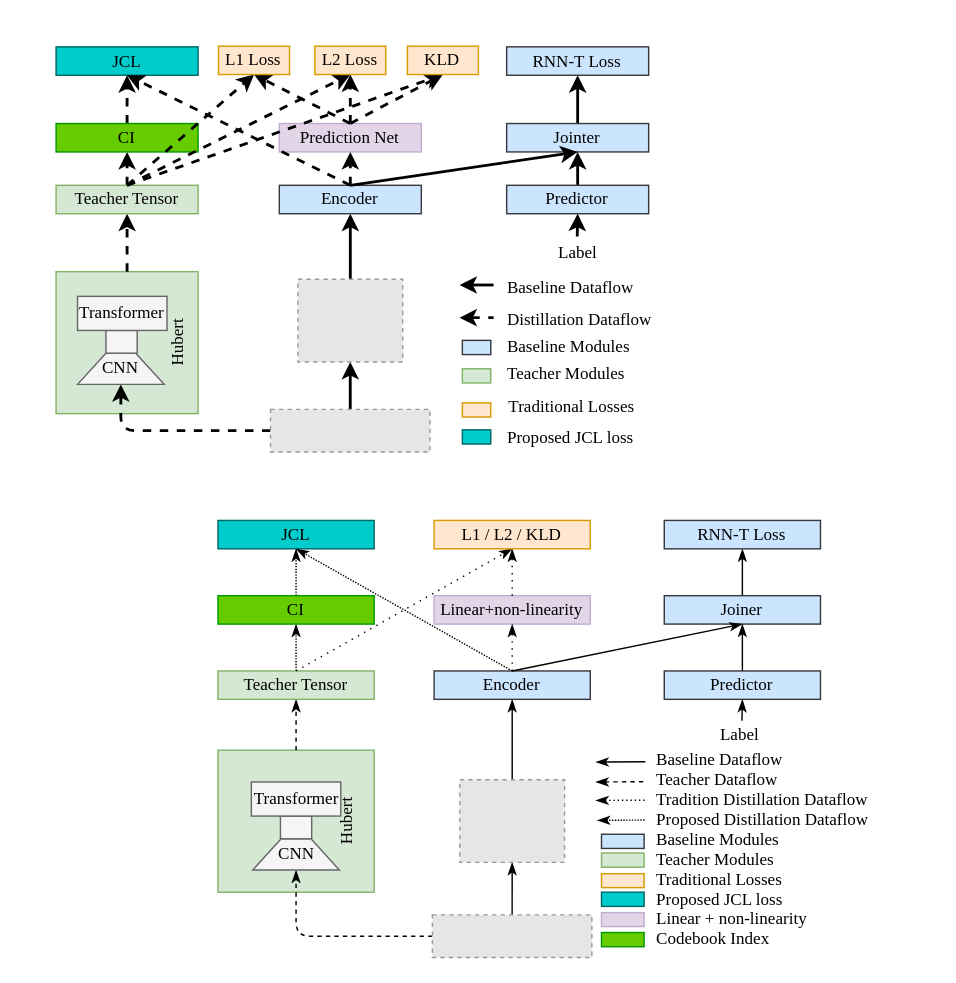
Above: Copy of Untitled Diagram.drawio in glynpu/Neural-Network-Architecture-Diagrams (draw.io), before the change. Source tidied: cells renumbered, new cells numbered last; positions are measured from the earlier drawing's top-left corner, leaving out a move shared by most shapes. Both pictures are drawn from the tidied source at 142%, with x=0, y=0 at pixel (24, 24). Pictures stored in the file or linked from it are replaced by grey dashed boxes.
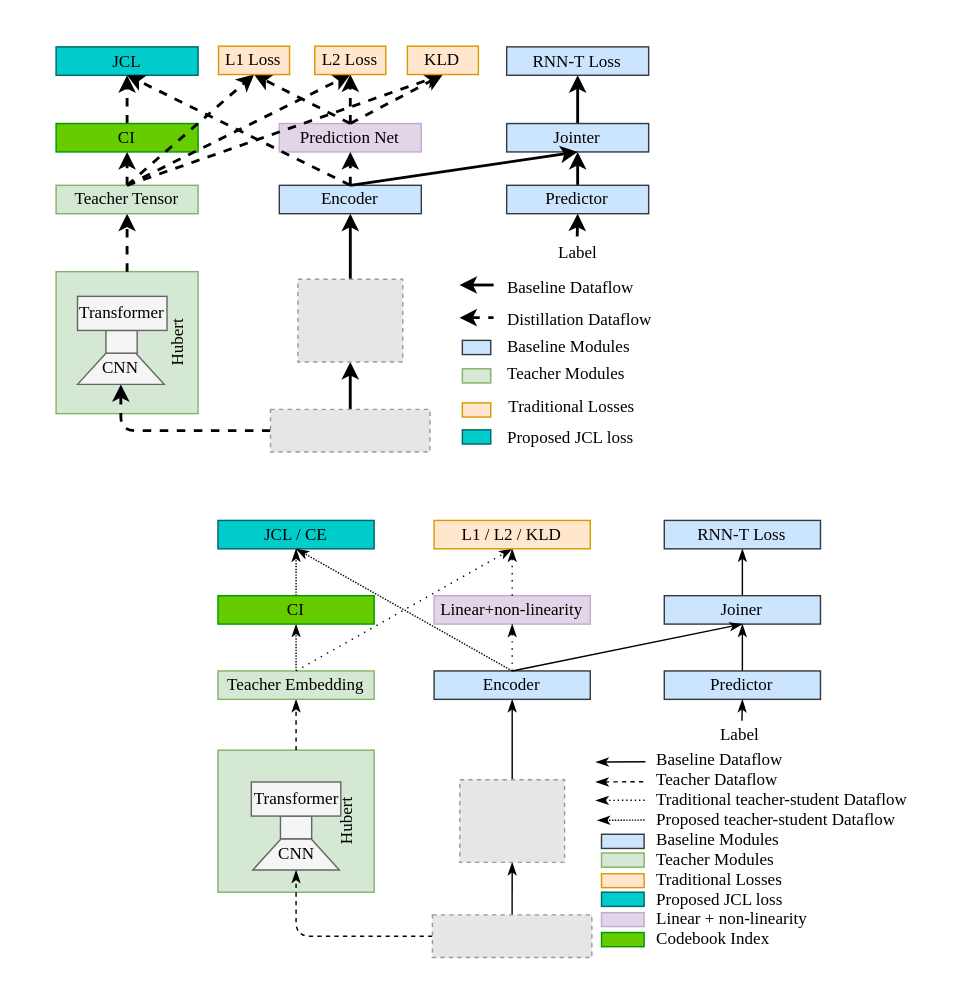
After the change.

Diff of the diagram source:
```diff
@@
-    <mxCell id="68" value="&lt;font color=&quot;#000000&quot;&gt;Teacher Tensor&lt;/font&gt;" style="rounded=0;whiteSpace=wrap;html=1;fillColor=#d5e8d4;strokeColor=#82b366;fontFamily=Times New Roman;" parent="1" vertex="1">
+    <mxCell id="68" value="&lt;font color=&quot;#000000&quot;&gt;Teacher Embedding&lt;/font&gt;" style="rounded=0;whiteSpace=wrap;html=1;fillColor=#d5e8d4;strokeColor=#82b366;fontFamily=Times New Roman;" parent="1" vertex="1">
       <mxGeometry x="136" y="455" width="110" height="20" as="geometry" />
     </mxCell>
@@
-    <mxCell id="81" value="&lt;font color=&quot;#000000&quot;&gt;JCL&lt;br&gt;&lt;/font&gt;" style="rounded=0;whiteSpace=wrap;html=1;fillColor=#00CCCC;strokeColor=#006666;fontFamily=Times New Roman;" parent="1" vertex="1">
+    <mxCell id="81" value="&lt;font color=&quot;#000000&quot;&gt;JCL / CE&lt;br&gt;&lt;/font&gt;" style="rounded=0;whiteSpace=wrap;html=1;fillColor=#00CCCC;strokeColor=#006666;fontFamily=Times New Roman;" parent="1" vertex="1">
       <mxGeometry x="136" y="349" width="110" height="20" as="geometry" />
     </mxCell>
@@
-    <mxCell id="94" value="Tradition Distillation Dataflow" style="text;html=1;strokeColor=none;fillColor=none;align=left;verticalAlign=middle;whiteSpace=wrap;rounded=0;fontFamily=Times New Roman;fontColor=#000000;dashed=1;dashPattern=1 1;" parent="1" vertex="1">
-      <mxGeometry x="443" y="538" width="158" height="15" as="geometry" />
+    <mxCell id="94" value="Traditional teacher-student Dataflow" style="text;html=1;strokeColor=none;fillColor=none;align=left;verticalAlign=middle;whiteSpace=wrap;rounded=0;fontFamily=Times New Roman;fontColor=#000000;dashed=1;dashPattern=1 1;" parent="1" vertex="1">
+      <mxGeometry x="443" y="538" width="195" height="15" as="geometry" />
     </mxCell>
@@
-    <mxCell id="96" value="Proposed Distillation Dataflow" style="text;html=1;strokeColor=none;fillColor=none;align=left;verticalAlign=middle;whiteSpace=wrap;rounded=0;fontFamily=Times New Roman;fontColor=#000000;dashed=1;dashPattern=1 1;" parent="1" vertex="1">
-      <mxGeometry x="443" y="552" width="153" height="15" as="geometry" />
+    <mxCell id="96" value="Proposed teacher-student Dataflow" style="text;html=1;strokeColor=none;fillColor=none;align=left;verticalAlign=middle;whiteSpace=wrap;rounded=0;fontFamily=Times New Roman;fontColor=#000000;dashed=1;dashPattern=1 1;" parent="1" vertex="1">
+      <mxGeometry x="443" y="552" width="175" height="15" as="geometry" />
     </mxCell>
```
